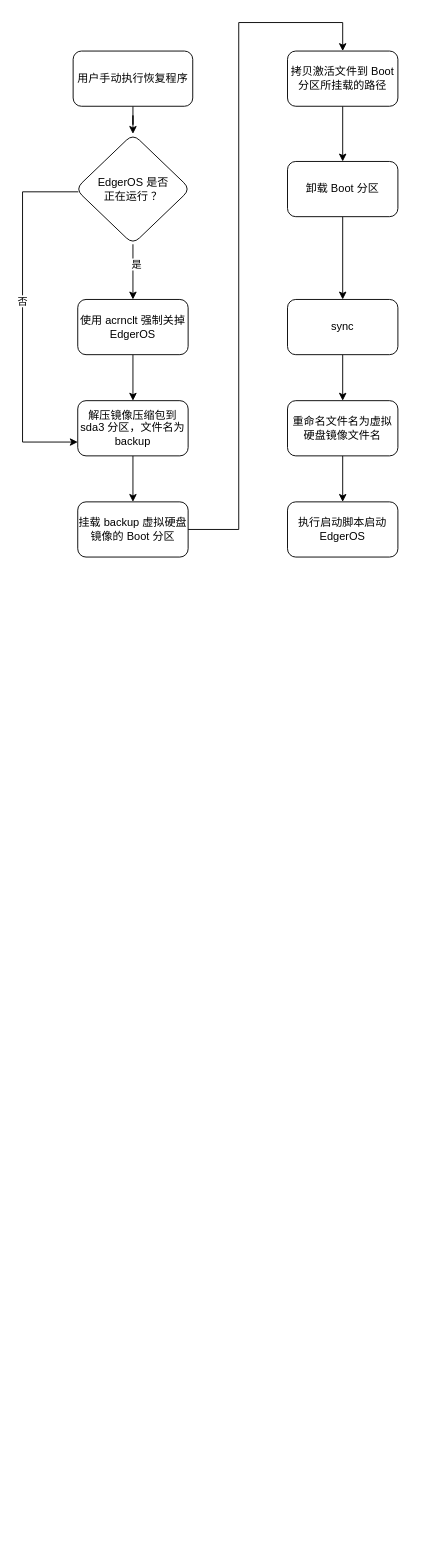
The draw.io diagram 工业爱智恢复出厂设置流程.drawio in SongXiaoLongg/DrawIO, before the edit. Source tidied: cells renumbered, new cells numbered last; positions are measured from the earlier drawing's top-left corner, leaving out a move shared by most shapes. Both pictures are drawn from the tidied source at 92%, with x=0, y=0 at pixel (22, 22).
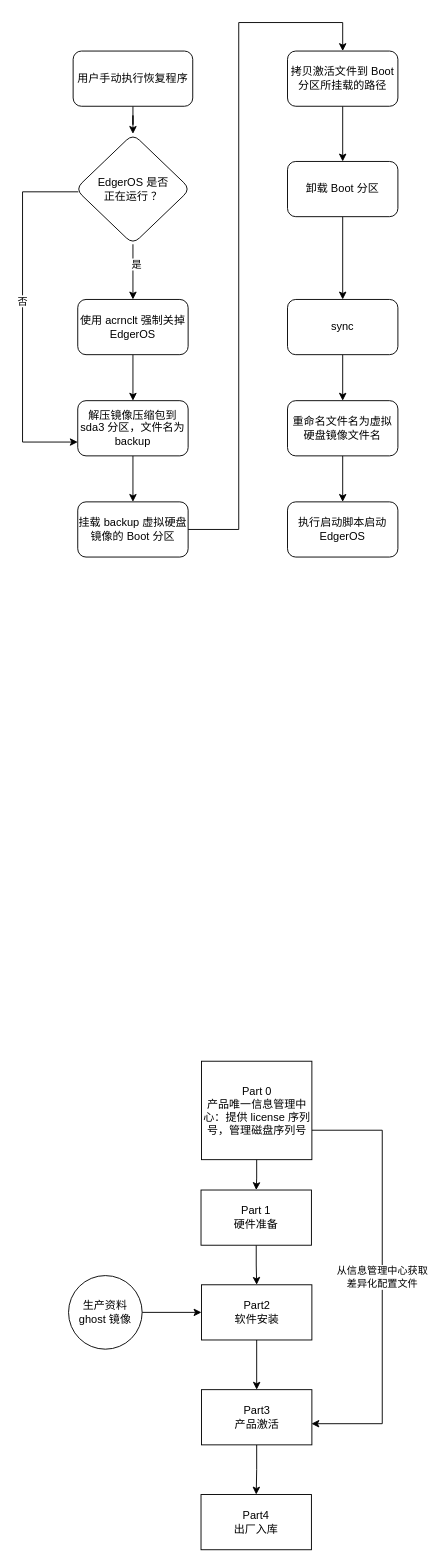
The same page after the edit.

Commit message:
更新工业爱智恢复出厂设置流程.drawio

Change to the diagram source:
```diff
@@
+    <mxCell id="24" style="edgeStyle=orthogonalEdgeStyle;rounded=0;jettySize=auto;html=1;" parent="1" edge="1" source="26" target="28">
+      <mxGeometry relative="1" as="geometry" />
+    </mxCell>
+    <mxCell id="25" value="从信息管理中心获取&lt;br&gt;差异化配置文件" style="edgeStyle=orthogonalEdgeStyle;rounded=0;jettySize=auto;html=1;entryX=0.996;entryY=0.617;entryDx=0;entryDy=0;entryPerimeter=0;" parent="1" edge="1" source="26" target="32">
+      <mxGeometry relative="1" as="geometry">
+        <Array as="points">
+          <mxPoint x="391" y="1204" />
+          <mxPoint x="391" y="1523" />
+        </Array>
+      </mxGeometry>
+    </mxCell>
+    <mxCell id="26" value="Part 0&lt;br&gt;产品唯一信息管理中心：提供 license 序列号，管理磁盘序列号" style="rounded=0;whiteSpace=wrap;html=1;" parent="1" vertex="1">
+      <mxGeometry x="194.5" y="1129" width="120" height="107" as="geometry" />
+    </mxCell>
+    <mxCell id="27" style="edgeStyle=orthogonalEdgeStyle;rounded=0;jettySize=auto;html=1;" parent="1" edge="1" source="28" target="30">
+      <mxGeometry relative="1" as="geometry" />
+    </mxCell>
+    <mxCell id="28" value="Part 1&lt;br&gt;硬件准备" style="whiteSpace=wrap;html=1;rounded=0;" parent="1" vertex="1">
+      <mxGeometry x="194" y="1269" width="120" height="60" as="geometry" />
+    </mxCell>
+    <mxCell id="29" style="edgeStyle=orthogonalEdgeStyle;rounded=0;jettySize=auto;html=1;" parent="1" edge="1" source="30" target="32">
+      <mxGeometry relative="1" as="geometry" />
+    </mxCell>
+    <mxCell id="30" value="Part2&lt;br&gt;软件安装" style="whiteSpace=wrap;html=1;rounded=0;" parent="1" vertex="1">
+      <mxGeometry x="194.5" y="1372" width="120" height="60" as="geometry" />
+    </mxCell>
+    <mxCell id="31" style="edgeStyle=orthogonalEdgeStyle;rounded=0;jettySize=auto;html=1;" parent="1" edge="1" source="32" target="33">
+      <mxGeometry relative="1" as="geometry" />
+    </mxCell>
+    <mxCell id="32" value="Part3&lt;br&gt;产品激活" style="whiteSpace=wrap;html=1;rounded=0;" parent="1" vertex="1">
+      <mxGeometry x="194.5" y="1486" width="120" height="60" as="geometry" />
+    </mxCell>
+    <mxCell id="33" value="Part4&lt;br&gt;出厂入库" style="whiteSpace=wrap;html=1;rounded=0;" parent="1" vertex="1">
+      <mxGeometry x="194" y="1600" width="120" height="60" as="geometry" />
+    </mxCell>
+    <mxCell id="34" style="edgeStyle=orthogonalEdgeStyle;rounded=0;jettySize=auto;html=1;" parent="1" edge="1" source="35" target="30">
+      <mxGeometry relative="1" as="geometry" />
+    </mxCell>
+    <mxCell id="35" value="生产资料&lt;br&gt;ghost 镜像" style="ellipse;whiteSpace=wrap;html=1;" parent="1" vertex="1">
+      <mxGeometry x="50" y="1362" width="80" height="80" as="geometry" />
+    </mxCell>
```
